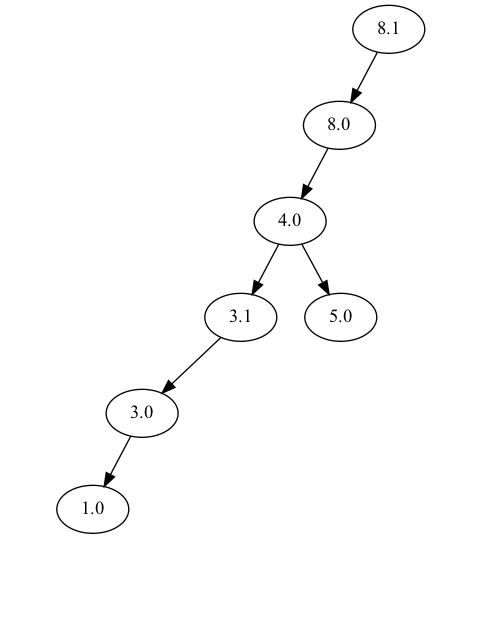
The Graphviz diagram 4a/output/binary_tree.dot.png in IvanMurzin/Informatics, before a commit. Its source is kept beside it as 4a/output/binary_tree.dot.
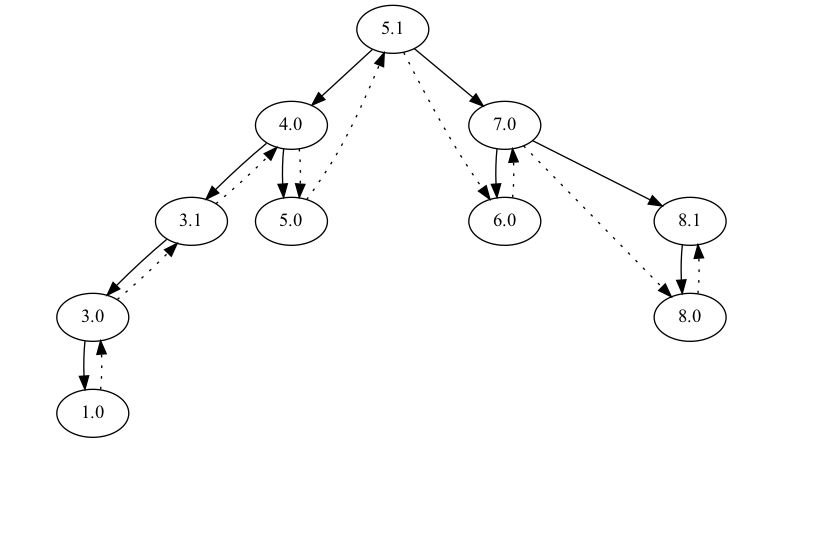
Later version of the same file.

Change to the diagram source:
```diff
@@ -1,18 +1,33 @@
 digraph binaryTree {
-8.1 8.1 -> 8.0;
- 8.1 -> null0[style=invis];
- 8.0 -> 4.0;
- 8.0 -> null1[style=invis];
+5.1 5.1 -> 4.0;
+ 5.1 -> 7.0;
+ 5.1 -> 6.0[style=dotted];
  4.0 -> 3.1;
  4.0 -> 5.0;
+ 4.0 -> 5.0[style=dotted];
  3.1 -> 3.0;
- 3.1 -> null2[style=invis];
+ 3.1 -> null0[style=invis];
+ 3.1 -> 4.0[style=dotted];
  3.0 -> 1.0;
- 3.0 -> null3[style=invis];
- 1.0 -> null4[style=invis];
- 1.0 -> null5[style=invis];
- 5.0 -> null6[style=invis];
- 5.0 -> null7[style=invis];
+ 3.0 -> null1[style=invis];
+ 3.0 -> 3.1[style=dotted];
+ 1.0 -> null2[style=invis];
+ 1.0 -> null3[style=invis];
+ 1.0 -> 3.0[style=dotted];
+ 5.0 -> null4[style=invis];
+ 5.0 -> null5[style=invis];
+ 5.0 -> 5.1[style=dotted];
+ 7.0 -> 6.0;
+ 7.0 -> 8.1;
+ 7.0 -> 8.0[style=dotted];
+ 6.0 -> null6[style=invis];
+ 6.0 -> null7[style=invis];
+ 6.0 -> 7.0[style=dotted];
+ 8.1 -> 8.0;
+ 8.1 -> null8[style=invis];
+ 8.0 -> null9[style=invis];
+ 8.0 -> null10[style=invis];
+ 8.0 -> 8.1[style=dotted];
  null0[style=invis];
  null1[style=invis];
  null2[style=invis];
@@ -21,4 +36,7 @@
  null5[style=invis];
  null6[style=invis];
  null7[style=invis];
+ null8[style=invis];
+ null9[style=invis];
+ null10[style=invis];
 }
```
